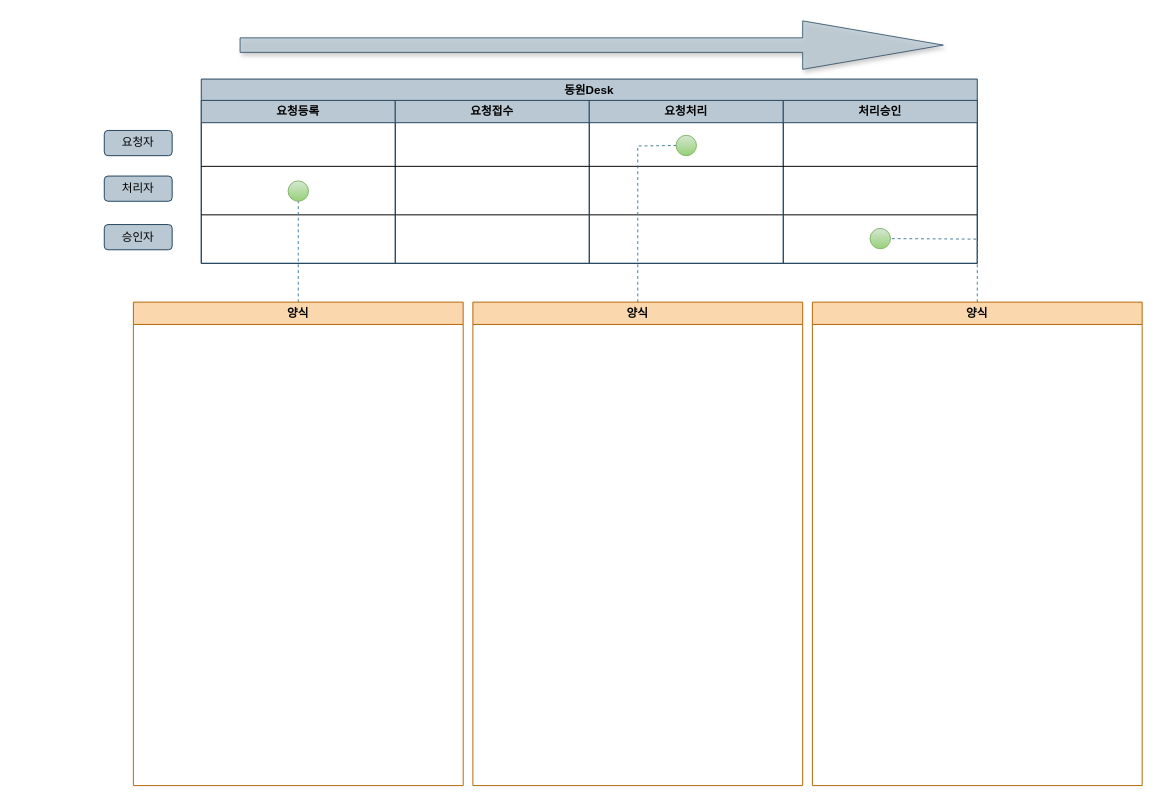
eoaud0012/Diagram keeps this draw.io diagram as page "SR데이터수정2" (2 of 4) of 동원Desk알림프로세스.drawio. Above is the earlier version. Source tidied: cells renumbered, new cells numbered last; positions are measured from the earlier drawing's top-left corner, leaving out a move shared by most shapes. Both pictures are drawn from the tidied source at 97%, with x=0, y=0 at pixel (104, 20).
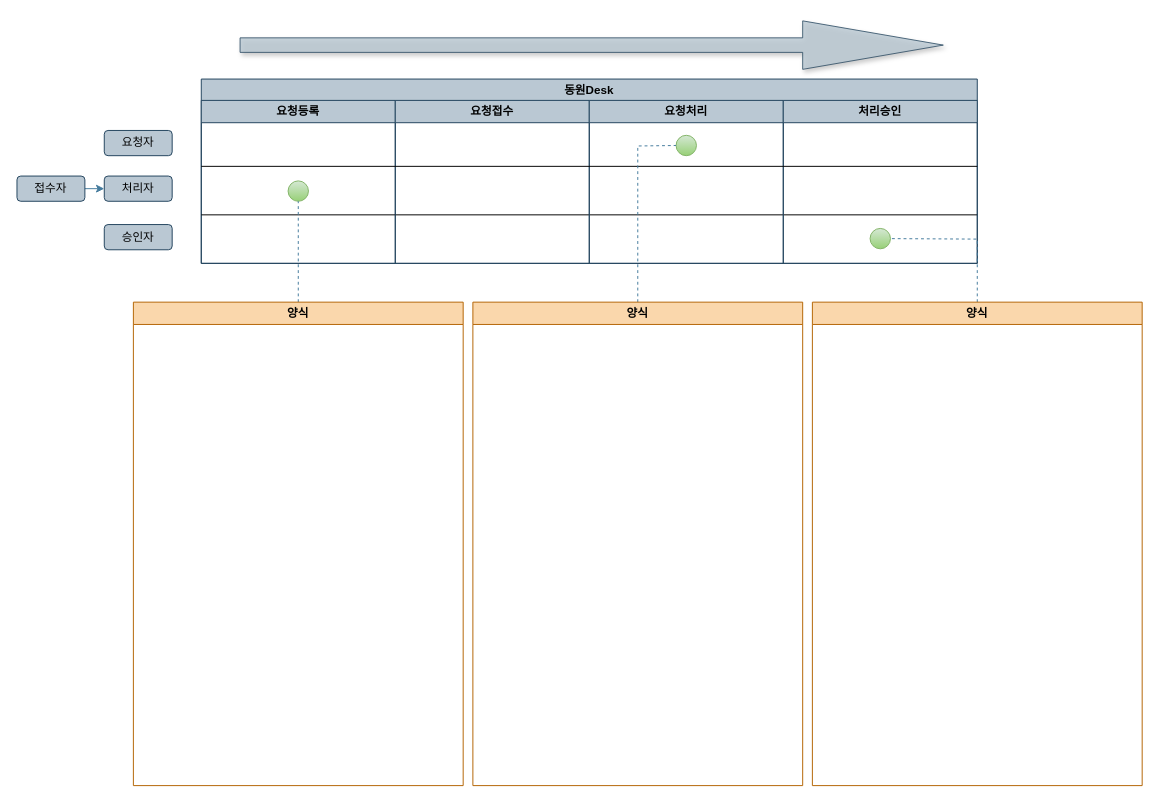
The same page after the edit.

What changed in the source:
```diff
@@
+    <mxCell id="22" style="edgeStyle=orthogonalEdgeStyle;rounded=0;jettySize=auto;html=1;entryX=0;entryY=0.5;entryDx=0;entryDy=0;strokeColor=#457B9D;fontColor=#1D3557;fillColor=#A8DADC;" parent="1" edge="1" source="23">
+      <mxGeometry relative="1" as="geometry">
+        <mxPoint y="173" as="targetPoint" />
+      </mxGeometry>
+    </mxCell>
+    <mxCell id="23" value="접수자" style="rounded=1;whiteSpace=wrap;html=1;strokeColor=#23445d;fillColor=#bac8d3;" parent="1" vertex="1">
+      <mxGeometry x="-90" y="160" width="70" height="26" as="geometry" />
+    </mxCell>
```
